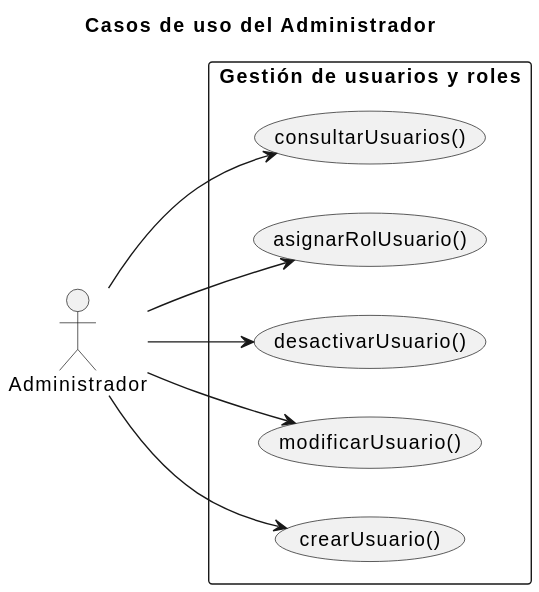
Above: documents/CasosDeUso/CasoDeUso/Administrador/Administrador.svg in enmabry/25-26-IdSw1-SdR (PlantUML), before the change. Its diagram source:
```plantuml
@startuml
title Casos de uso del Administrador
left to right direction

actor Administrador as Admin

rectangle "Gestión de usuarios y roles" {

  usecase "crearUsuario()"            as UC_Crear
  usecase "modificarUsuario()"        as UC_Modificar
  usecase "desactivarUsuario()"       as UC_Desactivar
  usecase "asignarRolUsuario()"       as UC_AsignarRol
  usecase "consultarUsuarios()"       as UC_Consultar

}

Admin --> UC_Crear
Admin --> UC_Modificar
Admin --> UC_Desactivar
Admin --> UC_AsignarRol
Admin --> UC_Consultar
@enduml
```
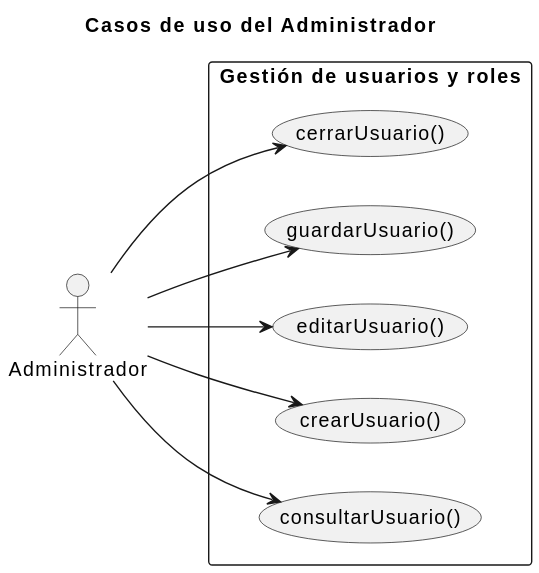
The same diagram one commit later.

Commit message:
Remove unused use cases and their associated diagrams for "Importar Matrículas" and "Ver Detalle Matrícula" from the documentation.

The edit, as a diff of the source:
```diff
@@ -1,22 +1,22 @@
 @startuml
 title Casos de uso del Administrador
 left to right direction
+skinparam packageStyle rectangle
 
-actor Administrador as Admin
+actor Administrador
 
 rectangle "Gestión de usuarios y roles" {
 
-  usecase "crearUsuario()"            as UC_Crear
-  usecase "modificarUsuario()"        as UC_Modificar
-  usecase "desactivarUsuario()"       as UC_Desactivar
-  usecase "asignarRolUsuario()"       as UC_AsignarRol
-  usecase "consultarUsuarios()"       as UC_Consultar
-
+    usecase "consultarUsuario()" as CU_Consultar
+    usecase "crearUsuario()"     as CU_Crear
+    usecase "editarUsuario()"    as CU_Editar
+    usecase "guardarUsuario()"   as CU_Guardar
+    usecase "cerrarUsuario()"    as CU_Cerrar
 }
 
-Admin --> UC_Crear
-Admin --> UC_Modificar
-Admin --> UC_Desactivar
-Admin --> UC_AsignarRol
-Admin --> UC_Consultar
+Administrador --> CU_Consultar
+Administrador --> CU_Crear
+Administrador --> CU_Editar
+Administrador --> CU_Guardar
+Administrador --> CU_Cerrar
 @enduml
```
